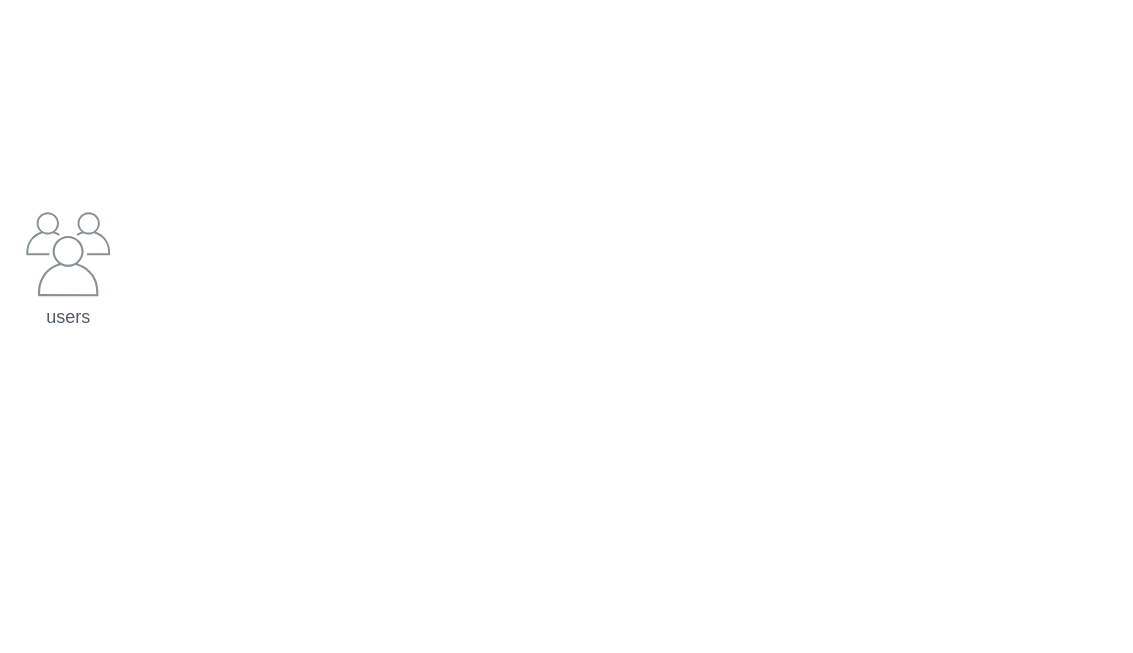
Earlier version of the draw.io diagram DrawIO/Untitled Diagram.drawio (josephlim75/technologies). Source tidied: cells renumbered, new cells numbered last; positions are measured from the earlier drawing's top-left corner, leaving out a move shared by most shapes. Both pictures are drawn from the tidied source at 150%, with x=0, y=0 at pixel (26, 212). Pictures stored in the file or linked from it are replaced by grey dashed boxes.
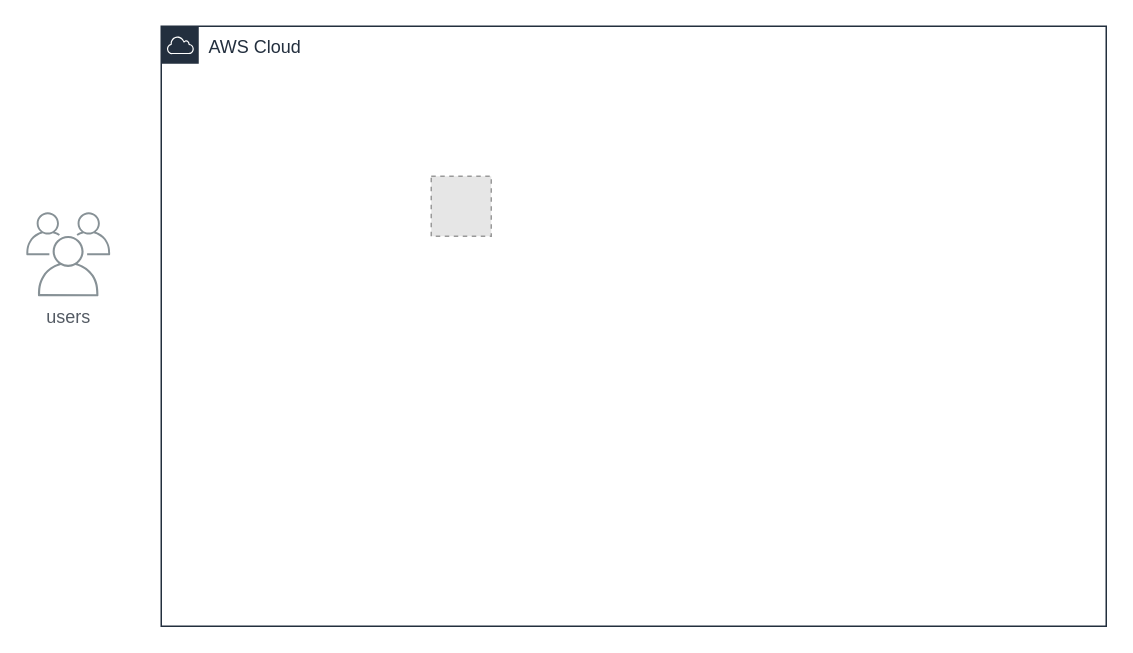
The same page after the edit.

Diff of the diagram source:
```diff
@@
 <mxGraphModel>
   <root>
     <mxCell id="0" />
     <mxCell id="1" parent="0" />
     <mxCell id="2" value="users" style="gradientColor=none;fontColor=#545B64;strokeColor=none;fillColor=#879196;dashed=0;verticalLabelPosition=bottom;verticalAlign=top;align=center;html=1;fontSize=12;fontStyle=0;shape=mxgraph.aws4.illustration_users;" parent="1" vertex="1">
       <mxGeometry width="56" height="56" as="geometry" />
     </mxCell>
+    <mxCell id="3" value="AWS Cloud" style="gradientColor=none;html=1;whiteSpace=wrap;fontSize=12;fontStyle=0;shape=mxgraph.aws4.group;grIcon=mxgraph.aws4.group_aws_cloud;strokeColor=#232F3E;fillColor=none;verticalAlign=top;align=left;spacingLeft=30;fontColor=#232F3E;dashed=0;" parent="1" vertex="1">
+      <mxGeometry x="90" y="-124" width="630" height="400" as="geometry" />
+    </mxCell>
+    <mxCell id="4" style="fillColor=#E6E6E6;strokeColor=#999999;dashed=1;verticalLabelPosition=bottom;labelBackgroundColor=#ffffff;verticalAlign=top;" parent="1" vertex="1">
+      <mxGeometry x="270" y="-24" width="40" height="40" as="geometry" />
+    </mxCell>
   </root>
 </mxGraphModel>
```
